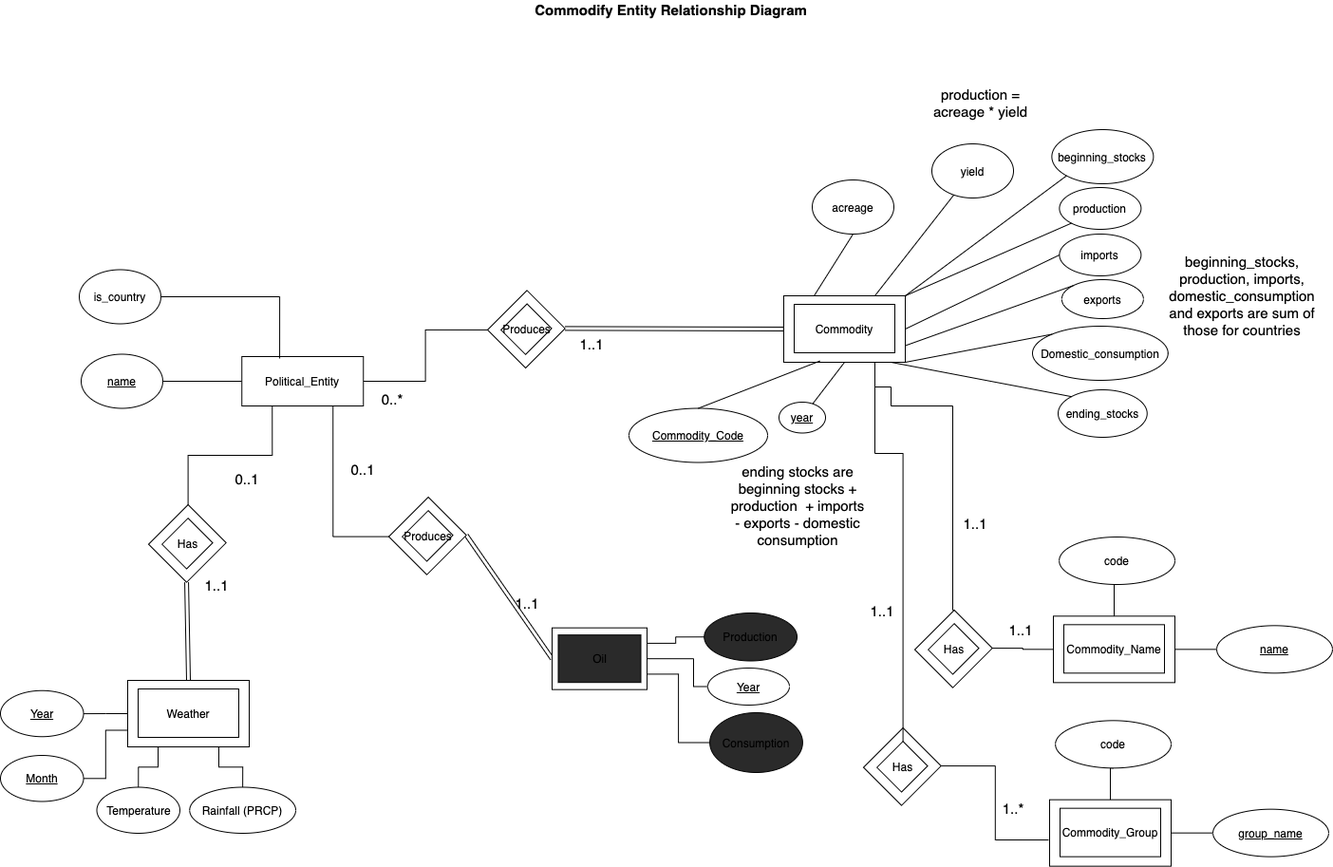
This is docs/CommodifyERD.png from stevegbrooks/commodify, a draw.io export, as it was before one commit. Source tidied: cells renumbered, new cells last; positions are measured from the earlier drawing's top-left corner, leaving out a move shared by most shapes.
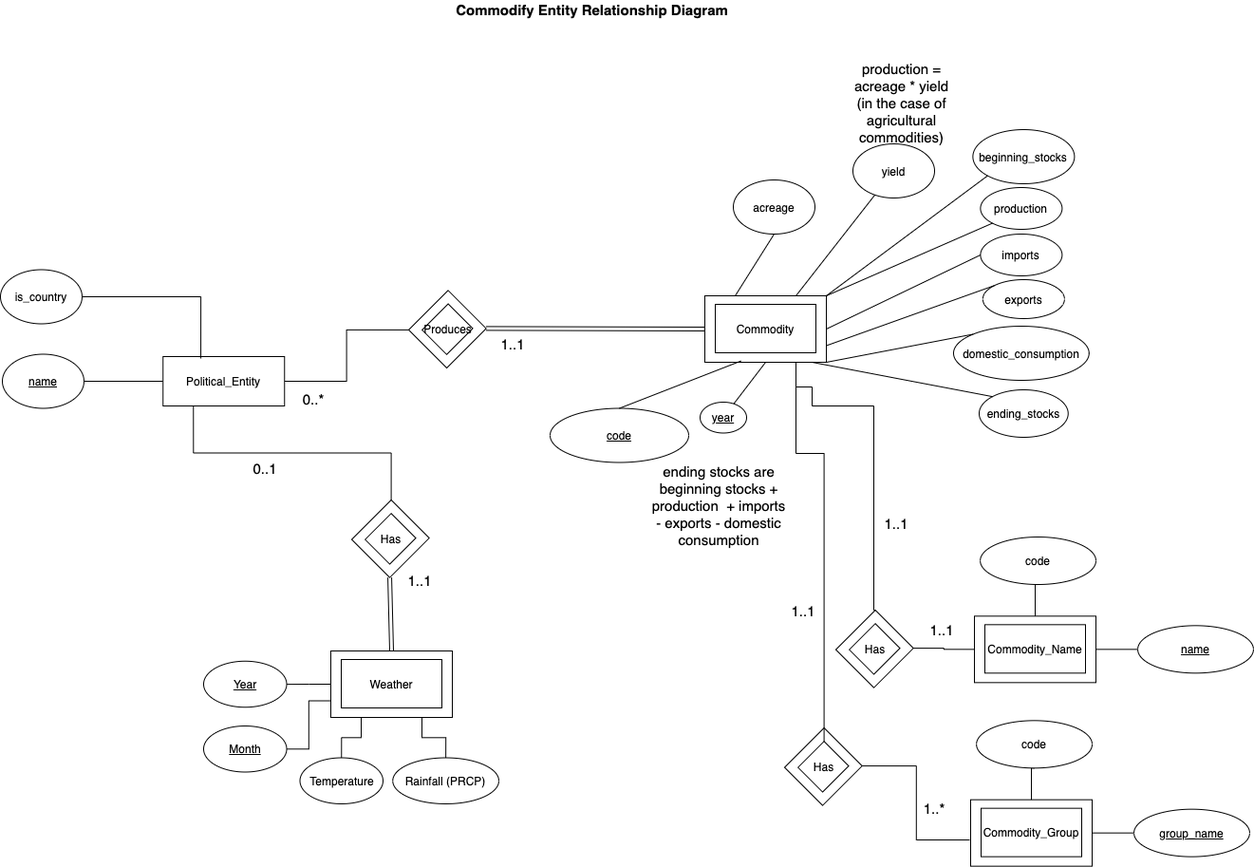
After the commit.

Commit message:
updated ERD and DDL

Diff of the diagram source:
```diff
@@ -8,7 +8,7 @@
     <mxCell id="3" value="&lt;u&gt;year&lt;/u&gt;" style="ellipse;whiteSpace=wrap;html=1;" parent="1" vertex="1">
       <mxGeometry x="820" y="423" width="49" height="32.5" as="geometry" />
     </mxCell>
-    <mxCell id="4" value="&lt;u&gt;Commodity_Code&lt;/u&gt;" style="ellipse;whiteSpace=wrap;html=1;" parent="1" vertex="1">
+    <mxCell id="4" value="&lt;u&gt;code&lt;/u&gt;" style="ellipse;whiteSpace=wrap;html=1;" parent="1" vertex="1">
       <mxGeometry x="662" y="429.5" width="146" height="57" as="geometry" />
     </mxCell>
     <mxCell id="5" value="beginning_stocks" style="ellipse;whiteSpace=wrap;html=1;" parent="1" vertex="1">
@@ -59,12 +59,9 @@
     <mxCell id="20" style="endArrow=none;html=1;fontSize=15;exitX=0.75;exitY=0;exitDx=0;exitDy=0;" parent="1" edge="1" source="37" target="19">
       <mxGeometry relative="1" as="geometry" />
     </mxCell>
-    <mxCell id="21" value="production = acreage * yield" style="text;html=1;strokeColor=none;fillColor=none;align=center;verticalAlign=middle;whiteSpace=wrap;rounded=0;fontSize=15;" parent="1" vertex="1">
+    <mxCell id="21" value="production = acreage * yield (in the case of agricultural commodities)" style="text;html=1;strokeColor=none;fillColor=none;align=center;verticalAlign=middle;whiteSpace=wrap;rounded=0;fontSize=15;" parent="1" vertex="1">
       <mxGeometry x="976" y="70" width="113" height="75" as="geometry" />
     </mxCell>
-    <mxCell id="22" value="beginning_stocks, production, imports, domestic_consumption and exports are sum of those for countries" style="text;html=1;strokeColor=none;fillColor=none;align=center;verticalAlign=middle;whiteSpace=wrap;rounded=0;fontSize=15;" parent="1" vertex="1">
-      <mxGeometry x="1234" y="246" width="148" height="129" as="geometry" />
-    </mxCell>
     <mxCell id="23" value="ending_stocks" style="ellipse;whiteSpace=wrap;html=1;" parent="1" vertex="1">
       <mxGeometry x="1114" y="410" width="93.8" height="50" as="geometry" />
     </mxCell>
@@ -98,7 +95,7 @@
     <mxCell id="33" value="0..*" style="text;html=1;strokeColor=none;fillColor=none;align=center;verticalAlign=middle;whiteSpace=wrap;rounded=0;fontSize=15;" parent="1" vertex="1">
       <mxGeometry x="393" y="409.5" width="40" height="20" as="geometry" />
     </mxCell>
-    <mxCell id="34" value="Domestic_consumption" style="ellipse;whiteSpace=wrap;html=1;" parent="1" vertex="1">
+    <mxCell id="34" value="domestic_consumption" style="ellipse;whiteSpace=wrap;html=1;" parent="1" vertex="1">
       <mxGeometry x="1087" y="343" width="142.8" height="57" as="geometry" />
     </mxCell>
     <mxCell id="35" style="endArrow=none;html=1;fontSize=15;exitX=0;exitY=0;exitDx=0;exitDy=0;entryX=1;entryY=1;entryDx=0;entryDy=0;" parent="1" edge="1" source="34" target="37">
@@ -113,61 +110,8 @@
     <mxCell id="38" value="Commodity" style="rounded=0;whiteSpace=wrap;html=1;" parent="36" vertex="1">
       <mxGeometry x="11" y="9" width="106" height="51" as="geometry" />
     </mxCell>
-    <mxCell id="39" style="shape=link;html=1;rounded=0;endArrow=none;endFill=0;strokeColor=#000000;entryX=0;entryY=0.5;entryDx=0;entryDy=0;exitX=1;exitY=1;exitDx=0;exitDy=0;exitPerimeter=0;" parent="1" edge="1" source="45" target="41">
-      <mxGeometry relative="1" as="geometry" />
-    </mxCell>
-    <mxCell id="40" style="group;rotation=90;" parent="1" vertex="1">
-      <mxGeometry x="581" y="660.7" width="100" height="65" as="geometry" />
-    </mxCell>
-    <mxCell id="41" style="rounded=0;whiteSpace=wrap;html=1;" parent="40" vertex="1">
-      <mxGeometry width="100" height="65" as="geometry" />
-    </mxCell>
-    <mxCell id="42" value="Oil" style="whiteSpace=wrap;html=1;fillColor=#2a2a2a;" parent="40" vertex="1">
-      <mxGeometry x="6.5" y="7.5" width="87" height="50" as="geometry" />
-    </mxCell>
-    <mxCell id="43" value="1..1" style="text;html=1;strokeColor=none;fillColor=none;align=center;verticalAlign=middle;whiteSpace=wrap;rounded=0;fontSize=15;" parent="1" vertex="1">
-      <mxGeometry x="535" y="625" width="40" height="20" as="geometry" />
-    </mxCell>
-    <mxCell id="44" style="group;" parent="1" vertex="1">
-      <mxGeometry x="409" y="523" width="81.7" height="81.7" as="geometry" />
-    </mxCell>
-    <mxCell id="45" style="verticalLabelPosition=bottom;verticalAlign=top;html=1;shape=mxgraph.basic.frame;dx=10;rotation=-45;" parent="44" vertex="1">
-      <mxGeometry x="11.4" y="12.5" width="58.8" height="56.6" as="geometry" />
-    </mxCell>
-    <mxCell id="46" value="Produces" style="text;html=1;align=center;verticalAlign=middle;" parent="44" vertex="1">
-      <mxGeometry x="10.8" y="31.8" width="61" height="18" as="geometry" />
-    </mxCell>
-    <mxCell id="47" value="0..1" style="text;html=1;strokeColor=none;fillColor=none;align=center;verticalAlign=middle;whiteSpace=wrap;rounded=0;fontSize=15;" parent="1" vertex="1">
-      <mxGeometry x="362" y="484" width="40" height="20" as="geometry" />
-    </mxCell>
-    <mxCell id="48" style="edgeStyle=orthogonalEdgeStyle;rounded=0;jettySize=auto;html=1;exitX=0;exitY=0;exitDx=0;exitDy=0;exitPerimeter=0;endArrow=none;endFill=0;entryX=0.75;entryY=1;entryDx=0;entryDy=0;" parent="1" edge="1" source="45" target="27">
-      <mxGeometry relative="1" as="geometry" />
-    </mxCell>
-    <mxCell id="49" value="Production" style="ellipse;whiteSpace=wrap;html=1;fillColor=#2a2a2a;" parent="1" vertex="1">
-      <mxGeometry x="741.3" y="645" width="97.7" height="50.5" as="geometry" />
-    </mxCell>
-    <mxCell id="50" value="&lt;u&gt;Year&lt;/u&gt;" style="ellipse;whiteSpace=wrap;html=1;" parent="1" vertex="1">
-      <mxGeometry x="745" y="703" width="86" height="39" as="geometry" />
-    </mxCell>
-    <mxCell id="51" style="edgeStyle=orthogonalEdgeStyle;rounded=0;jettySize=auto;html=1;exitX=1;exitY=0.5;exitDx=0;exitDy=0;entryX=0;entryY=0.5;entryDx=0;entryDy=0;endArrow=none;endFill=0;" parent="1" edge="1" source="41" target="50">
-      <mxGeometry relative="1" as="geometry">
-        <Array as="points">
-          <mxPoint x="730" y="693" />
-          <mxPoint x="730" y="722" />
-        </Array>
-      </mxGeometry>
-    </mxCell>
-    <mxCell id="52" style="edgeStyle=orthogonalEdgeStyle;rounded=0;jettySize=auto;html=1;exitX=1;exitY=0.25;exitDx=0;exitDy=0;entryX=0;entryY=0.5;entryDx=0;entryDy=0;endArrow=none;endFill=0;" parent="1" edge="1" source="41" target="49">
-      <mxGeometry relative="1" as="geometry" />
-    </mxCell>
-    <mxCell id="53" style="edgeStyle=orthogonalEdgeStyle;rounded=0;jettySize=auto;html=1;exitX=0;exitY=0.5;exitDx=0;exitDy=0;entryX=1;entryY=0.75;entryDx=0;entryDy=0;endArrow=none;endFill=0;" parent="1" edge="1" source="54" target="41">
-      <mxGeometry relative="1" as="geometry" />
-    </mxCell>
-    <mxCell id="54" value="Consumption" style="ellipse;whiteSpace=wrap;html=1;fillColor=#2a2a2a;" parent="1" vertex="1">
-      <mxGeometry x="747.1" y="750" width="97.7" height="63" as="geometry" />
-    </mxCell>
     <mxCell id="55" style="group;" parent="1" vertex="1">
-      <mxGeometry x="134" y="716" width="128" height="70" as="geometry" />
+      <mxGeometry x="431" y="685" width="128" height="70" as="geometry" />
     </mxCell>
     <mxCell id="56" style="rounded=0;whiteSpace=wrap;html=1;fillColor=none;" parent="55" vertex="1">
       <mxGeometry width="128" height="70" as="geometry" />
@@ -176,19 +120,19 @@
       <mxGeometry x="11" y="9" width="106" height="51" as="geometry" />
     </mxCell>
     <mxCell id="58" value="Temperature" style="ellipse;whiteSpace=wrap;html=1;rounded=0;" parent="1" vertex="1">
-      <mxGeometry x="101.5" y="828.5" width="87.5" height="48.5" as="geometry" />
+      <mxGeometry x="398.5" y="797.5" width="87.5" height="48.5" as="geometry" />
     </mxCell>
     <mxCell id="59" style="edgeStyle=orthogonalEdgeStyle;rounded=0;jettySize=auto;html=1;endArrow=none;endFill=0;exitX=0.25;exitY=1;exitDx=0;exitDy=0;" parent="1" edge="1" source="56" target="58">
       <mxGeometry relative="1" as="geometry" />
     </mxCell>
     <mxCell id="60" value="&lt;u&gt;Year&lt;/u&gt;" style="ellipse;whiteSpace=wrap;html=1;rounded=0;" parent="1" vertex="1">
-      <mxGeometry y="726.8" width="87.5" height="48.5" as="geometry" />
+      <mxGeometry x="297" y="695.8" width="87.5" height="48.5" as="geometry" />
     </mxCell>
     <mxCell id="61" style="edgeStyle=orthogonalEdgeStyle;rounded=0;jettySize=auto;html=1;endArrow=none;endFill=0;exitX=0;exitY=0.5;exitDx=0;exitDy=0;" parent="1" edge="1" source="56" target="60">
       <mxGeometry relative="1" as="geometry" />
     </mxCell>
     <mxCell id="62" value="Rainfall (PRCP)" style="ellipse;whiteSpace=wrap;html=1;rounded=0;" parent="1" vertex="1">
-      <mxGeometry x="199.2" y="828.5" width="111.8" height="48.5" as="geometry" />
+      <mxGeometry x="496.2" y="797.5" width="111.8" height="48.5" as="geometry" />
     </mxCell>
     <mxCell id="63" style="edgeStyle=orthogonalEdgeStyle;rounded=0;jettySize=auto;html=1;endArrow=none;endFill=0;exitX=0.75;exitY=1;exitDx=0;exitDy=0;" parent="1" edge="1" source="56" target="62">
       <mxGeometry relative="1" as="geometry" />
@@ -197,7 +141,7 @@
       <mxGeometry relative="1" as="geometry" />
     </mxCell>
     <mxCell id="65" style="group;" parent="1" vertex="1">
-      <mxGeometry x="156" y="531" width="91.6" height="95" as="geometry" />
+      <mxGeometry x="453" y="526" width="91.6" height="95" as="geometry" />
     </mxCell>
     <mxCell id="66" style="verticalLabelPosition=bottom;verticalAlign=top;html=1;shape=mxgraph.basic.frame;dx=10;rotation=-45;" parent="65" vertex="1">
       <mxGeometry x="11.4" y="12.5" width="58.8" height="56.6" as="geometry" />
@@ -209,7 +153,7 @@
       <mxGeometry x="51.6" y="75" width="40" height="20" as="geometry" />
     </mxCell>
     <mxCell id="69" value="0..1" style="text;html=1;strokeColor=none;fillColor=none;align=center;verticalAlign=middle;whiteSpace=wrap;rounded=0;fontSize=15;" parent="1" vertex="1">
-      <mxGeometry x="240" y="494" width="40" height="20" as="geometry" />
+      <mxGeometry x="342.2" y="483" width="40" height="20" as="geometry" />
     </mxCell>
     <mxCell id="70" style="edgeStyle=orthogonalEdgeStyle;rounded=0;jettySize=auto;html=1;exitX=1;exitY=0;exitDx=0;exitDy=0;exitPerimeter=0;endArrow=none;endFill=0;entryX=0.25;entryY=1;entryDx=0;entryDy=0;" parent="1" edge="1" source="66" target="27">
       <mxGeometry relative="1" as="geometry" />
@@ -218,7 +162,7 @@
       <mxGeometry relative="1" as="geometry" />
     </mxCell>
     <mxCell id="72" value="&lt;u&gt;Month&lt;/u&gt;" style="ellipse;whiteSpace=wrap;html=1;rounded=0;" parent="1" vertex="1">
-      <mxGeometry y="795" width="87.5" height="48.5" as="geometry" />
+      <mxGeometry x="297" y="764" width="87.5" height="48.5" as="geometry" />
     </mxCell>
     <mxCell id="73" style="group;" parent="1" vertex="1">
       <mxGeometry x="1109" y="648.3" width="128" height="70" as="geometry" />
```
